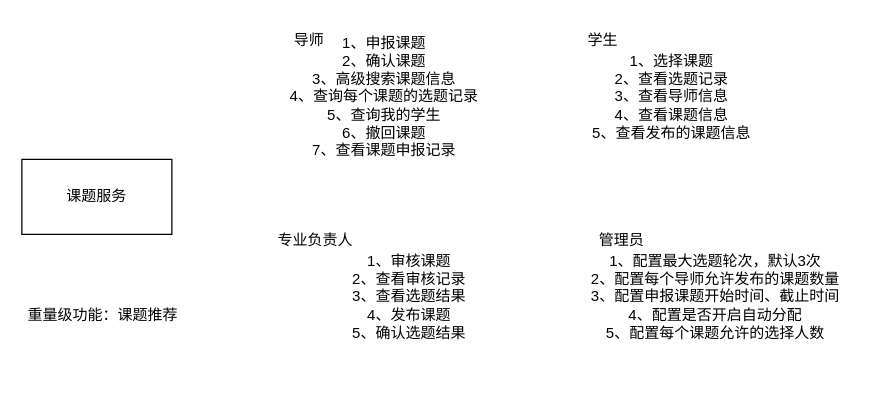
This is page "课题服务" (3 of 10) of 毕设管理系统/功能层次图.drawio from FdfGithub/drawio, a draw.io file, before an edit. Source tidied: cells renumbered, new cells numbered last; positions are measured from the earlier drawing's top-left corner, leaving out a move shared by most shapes. Both pictures are drawn from the tidied source at 125%, with x=0, y=0 at pixel (21, 21).
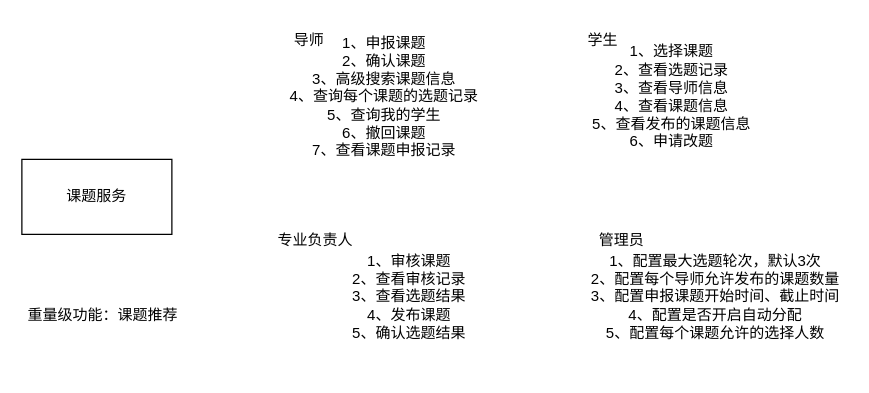
After the change.

What changed in the source:
```diff
@@
 <mxGraphModel>
   <root>
     <mxCell id="0" />
     <mxCell id="1" parent="0" />
     <mxCell id="2" value="课题服务" style="rounded=0;whiteSpace=wrap;html=1;" parent="1" vertex="1">
       <mxGeometry y="110" width="120" height="60" as="geometry" />
     </mxCell>
     <mxCell id="3" value="1、申报课题&lt;br&gt;2、确认课题&lt;br&gt;3、高级搜索课题信息&lt;br&gt;4、查询每个课题的选题记录&lt;br&gt;5、查询我的学生&lt;br&gt;6、撤回课题&lt;br&gt;7、查看课题申报记录" style="text;html=1;strokeColor=none;fillColor=none;align=center;verticalAlign=middle;whiteSpace=wrap;rounded=0;" parent="1" vertex="1">
       <mxGeometry x="200" width="180" height="120" as="geometry" />
     </mxCell>
     <mxCell id="4" value="导师" style="text;html=1;strokeColor=none;fillColor=none;align=center;verticalAlign=middle;whiteSpace=wrap;rounded=0;" parent="1" vertex="1">
       <mxGeometry x="200" width="60" height="30" as="geometry" />
     </mxCell>
     <mxCell id="5" value="1、审核课题&lt;br&gt;2、查看审核记录&lt;br&gt;3、查看选题结果&lt;br&gt;4、发布课题&lt;br&gt;5、确认选题结果" style="text;html=1;strokeColor=none;fillColor=none;align=center;verticalAlign=middle;whiteSpace=wrap;rounded=0;" parent="1" vertex="1">
       <mxGeometry x="220" y="160" width="180" height="120" as="geometry" />
     </mxCell>
     <mxCell id="6" value="专业负责人" style="text;html=1;strokeColor=none;fillColor=none;align=center;verticalAlign=middle;whiteSpace=wrap;rounded=0;" parent="1" vertex="1">
       <mxGeometry x="200" y="160" width="70" height="30" as="geometry" />
     </mxCell>
     <mxCell id="7" value="学生" style="text;html=1;strokeColor=none;fillColor=none;align=center;verticalAlign=middle;whiteSpace=wrap;rounded=0;" parent="1" vertex="1">
       <mxGeometry x="430" width="70" height="30" as="geometry" />
     </mxCell>
-    <mxCell id="8" value="1、选择课题&lt;br&gt;2、查看选题记录&lt;br&gt;3、查看导师信息&lt;br&gt;4、查看课题信息&lt;br&gt;5、查看发布的课题信息&lt;br&gt;" style="text;html=1;strokeColor=none;fillColor=none;align=center;verticalAlign=middle;whiteSpace=wrap;rounded=0;" parent="1" vertex="1">
+    <mxCell id="8" value="1、选择课题&lt;br&gt;2、查看选题记录&lt;br&gt;3、查看导师信息&lt;br&gt;4、查看课题信息&lt;br&gt;5、查看发布的课题信息&lt;br&gt;6、申请改题" style="text;html=1;strokeColor=none;fillColor=none;align=center;verticalAlign=middle;whiteSpace=wrap;rounded=0;" parent="1" vertex="1">
       <mxGeometry x="430" width="180" height="120" as="geometry" />
     </mxCell>
     <mxCell id="9" value="1、配置最大选题轮次，默认3次&lt;br&gt;2、配置每个导师允许发布的课题数量&lt;br&gt;3、配置申报课题开始时间、截止时间&lt;br&gt;4、配置是否开启自动分配&lt;br&gt;5、配置每个课题允许的选择人数" style="text;html=1;strokeColor=none;fillColor=none;align=center;verticalAlign=middle;whiteSpace=wrap;rounded=0;" parent="1" vertex="1">
       <mxGeometry x="450" y="160" width="210" height="120" as="geometry" />
     </mxCell>
     <mxCell id="10" value="管理员" style="text;html=1;strokeColor=none;fillColor=none;align=center;verticalAlign=middle;whiteSpace=wrap;rounded=0;" parent="1" vertex="1">
       <mxGeometry x="450" y="160" width="60" height="30" as="geometry" />
     </mxCell>
     <mxCell id="11" value="重量级功能：课题推荐" style="text;html=1;strokeColor=none;fillColor=none;align=center;verticalAlign=middle;whiteSpace=wrap;rounded=0;" parent="1" vertex="1">
       <mxGeometry y="220" width="130" height="30" as="geometry" />
     </mxCell>
   </root>
 </mxGraphModel>
```
